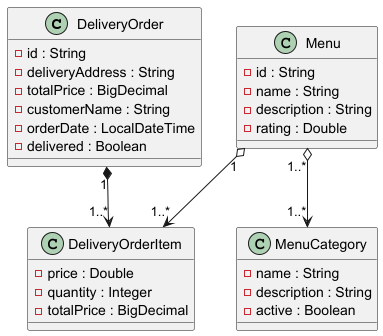
Earlier version of the PlantUML export docs/delivery-food.model.png (miw-upm/apaw-practice). The source it was exported from:
```plantuml
@startuml

class DeliveryOrder {
- id : String
- deliveryAddress : String
- totalPrice : BigDecimal
- customerName : String
- orderDate : LocalDateTime
- delivered : Boolean
}

class DeliveryOrderItem {
- price : Double
- quantity : Integer
- totalPrice : BigDecimal
}

class Menu {
- id : String
- name : String
- description : String
- rating : Double
}

class MenuCategory {
- name : String
- description : String
- active : Boolean
}

Menu "1" o-down-> "1..*" DeliveryOrderItem
DeliveryOrder "1" *-down-> "1..*" DeliveryOrderItem
Menu "1..*" o-down-> "1..*" MenuCategory

@enduml
```
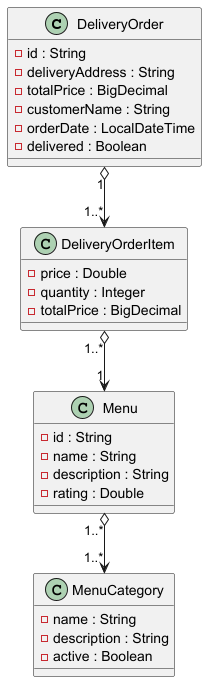
After the commit.

Commit message:
Modify delivery-food diagram #838

Change to the diagram source:
```diff
@@ -28,8 +28,8 @@
 - active : Boolean
 }
 
-Menu "1" o-down-> "1..*" DeliveryOrderItem
-DeliveryOrder "1" *-down-> "1..*" DeliveryOrderItem
+DeliveryOrder "1" o-down-> "1..*" DeliveryOrderItem
+DeliveryOrderItem "1..*" o-down-> "1" Menu
 Menu "1..*" o-down-> "1..*" MenuCategory
 
 @enduml
```
